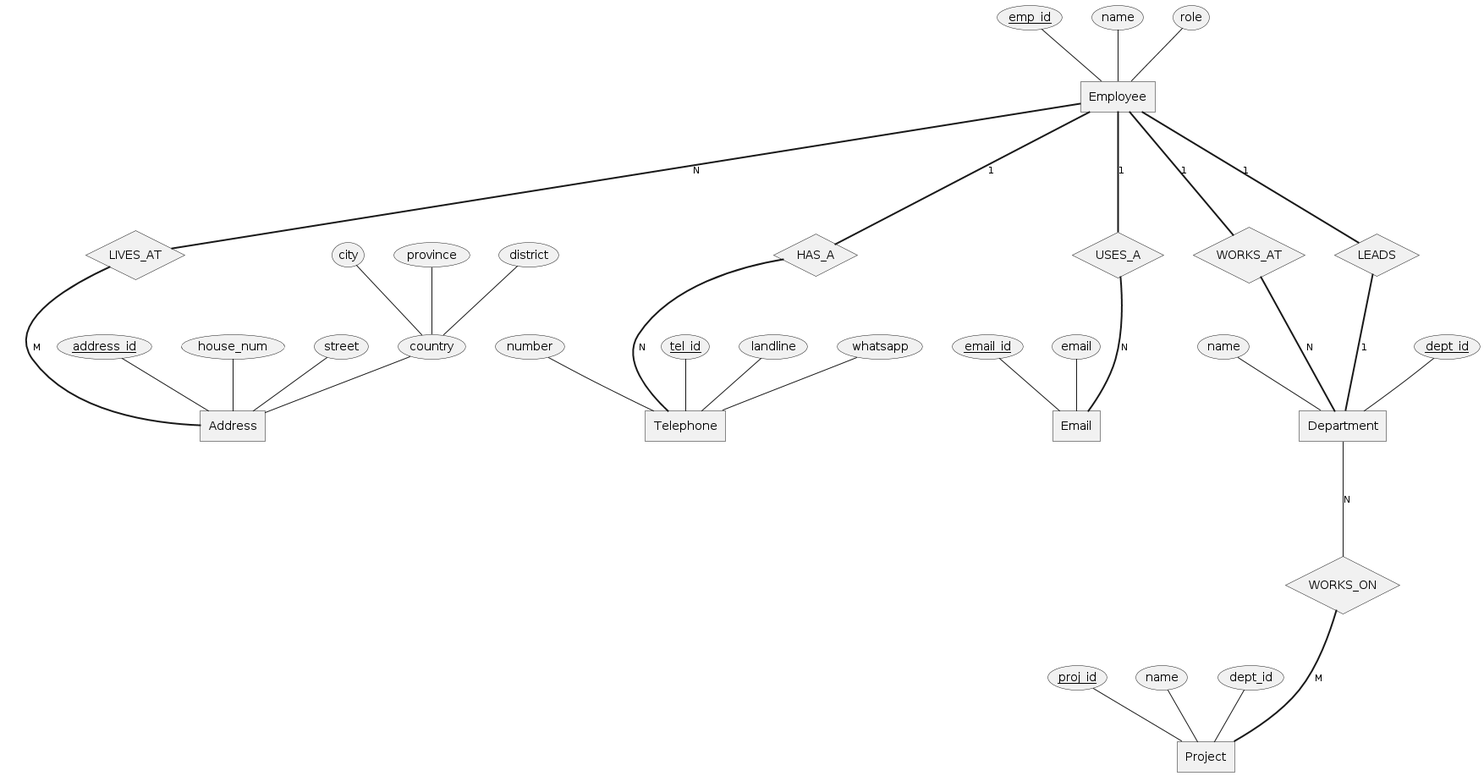
mendydias/5466-mini-project keeps this PlantUML diagram as report/ERD.png. Above is the earlier version. Its diagram source:
```plantuml
@startchen

entity Employee {
    emp_id <<key>>
    name
    role
}

entity Address {
    address_id <<key>>
    house_num
    street
    country {
        province
        district
        city
    }
}

entity Telephone {
    tel_id <<key>>
    landline
    whatsapp
    number
}

entity Email {
    email_id <<key>>
    email
}

entity Department {
    dept_id <<key>>
    name
}

entity Project {
    proj_id <<key>>
    name
    dept_id
}

relationship LIVES_AT {
}

relationship HAS_A {
}

relationship USES_A {
}

relationship WORKS_AT {
}

relationship WORKS_ON {
}

relationship LEADS {
}

Employee =N= LIVES_AT
LIVES_AT =M= Address

Employee =1= HAS_A
HAS_A =N= Telephone

Employee =1= USES_A
USES_A =N= Email

Employee =1= WORKS_AT
WORKS_AT =N= Department

Employee =1= LEADS
LEADS =1= Department

Department -N- WORKS_ON
WORKS_ON =M= Project

@endchen
```
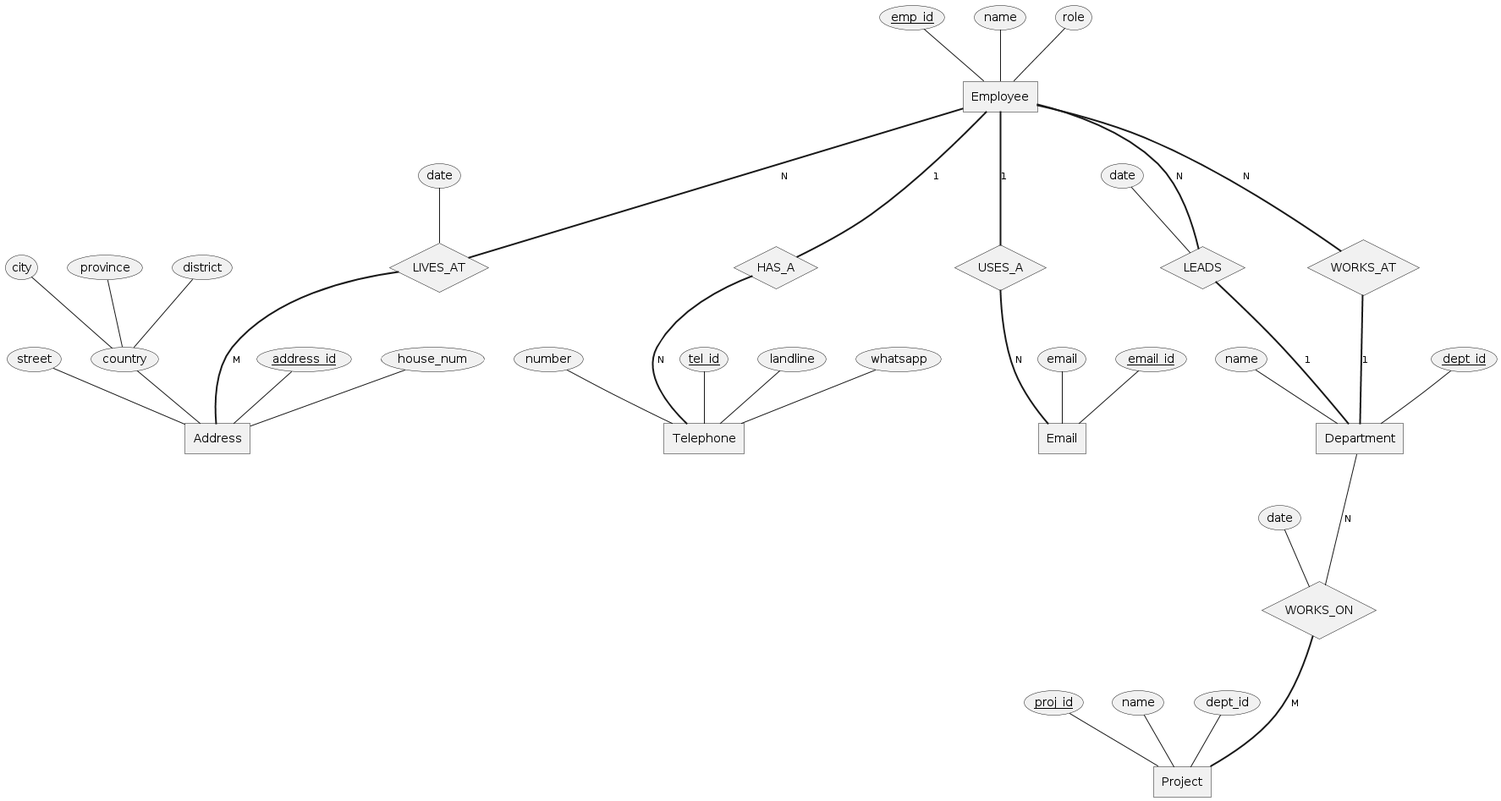
The same diagram one commit later.

What changed in the source:
```diff
@@ -41,6 +41,7 @@
 }
 
 relationship LIVES_AT {
+  date
 }
 
 relationship HAS_A {
@@ -53,9 +54,11 @@
 }
 
 relationship WORKS_ON {
+  date
 }
 
 relationship LEADS {
+  date
 }
 
 Employee =N= LIVES_AT
@@ -67,10 +70,10 @@
 Employee =1= USES_A
 USES_A =N= Email
 
-Employee =1= WORKS_AT
-WORKS_AT =N= Department
+Employee =N= WORKS_AT
+WORKS_AT =1= Department
 
-Employee =1= LEADS
+Employee =N= LEADS
 LEADS =1= Department
 
 Department -N- WORKS_ON
```
